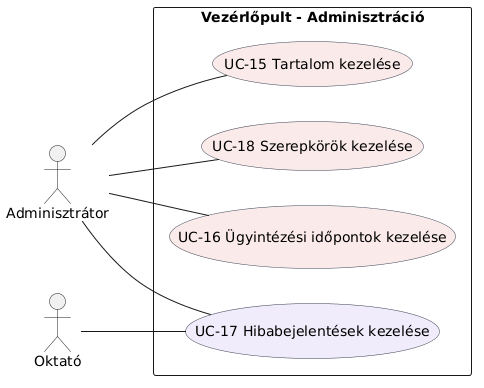
This is H3/uml/7.png from DavidGergo/SoftTech, a PlantUML export, as it was before one commit. The source it was exported from:
```plantuml
@startuml
left to right direction
skinparam actorStyle stick
skinparam usecase {
  BackgroundColor #FBEAEA
  BorderColor #374151
}

actor "Adminisztrátor" as Admin
actor "Oktató" as Oktato

rectangle "Vezérlőpult - Adminisztráció" {
  usecase "UC-15 Tartalom kezelése" as UC15
  usecase "UC-16 Ügyintézési időpontok kezelése" as UC16
  usecase "UC-17 Hibabejelentések kezelése" as UC17 #F1ECFB
  usecase "UC-18 Szerepkörök kezelése" as UC18
}

Admin -- UC15
Admin -- UC16
Admin -- UC17
Admin -- UC18
Oktato -- UC17
@enduml
```
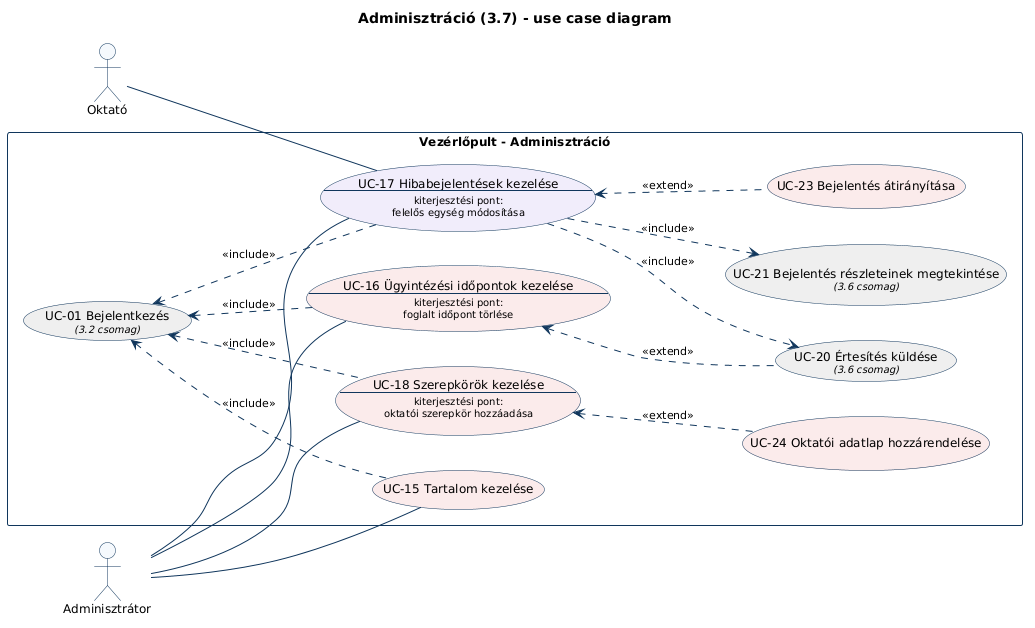
Later version of the same file.

Commit message:
H3 0.4: include és extend kapcsolatok a use case modellben

Change to the diagram source:
```diff
@@ -1,24 +1,41 @@
 @startuml
+skinparam shadowing false
+skinparam defaultFontName Arial
+skinparam defaultFontSize 12
+skinparam ActorBorderColor #10365C
+skinparam ActorBackgroundColor #F5F8FC
+skinparam UsecaseBorderColor #10365C
+skinparam ArrowColor #10365C
+skinparam RectangleBorderColor #10365C
+skinparam RectangleFontStyle bold
+skinparam ArrowFontSize 11
+title Adminisztráció (3.7) - use case diagram
 left to right direction
-skinparam actorStyle stick
-skinparam usecase {
-  BackgroundColor #FBEAEA
-  BorderColor #374151
+actor "Oktató" as A03
+actor "Adminisztrátor" as A04
+rectangle "Vezérlőpult - Adminisztráció" {
+  usecase "UC-15 Tartalom kezelése" as UC15 #FBEAEA
+  usecase "UC-16 Ügyintézési időpontok kezelése\n--\n<size:10>kiterjesztési pont:</size>\n<size:10>foglalt időpont törlése</size>" as UC16 #FBEAEA
+  usecase "UC-17 Hibabejelentések kezelése\n--\n<size:10>kiterjesztési pont:</size>\n<size:10>felelős egység módosítása</size>" as UC17 #F1ECFB
+  usecase "UC-18 Szerepkörök kezelése\n--\n<size:10>kiterjesztési pont:</size>\n<size:10>oktatói szerepkör hozzáadása</size>" as UC18 #FBEAEA
+  usecase "UC-23 Bejelentés átirányítása" as UC23 #FBEAEA
+  usecase "UC-24 Oktatói adatlap hozzárendelése" as UC24 #FBEAEA
+  usecase "UC-01 Bejelentkezés\n<size:10><i>(3.2 csomag)</i></size>" as UC01 #EEEEEE
+  usecase "UC-20 Értesítés küldése\n<size:10><i>(3.6 csomag)</i></size>" as UC20 #EEEEEE
+  usecase "UC-21 Bejelentés részleteinek megtekintése\n<size:10><i>(3.6 csomag)</i></size>" as UC21 #EEEEEE
 }
-
-actor "Adminisztrátor" as Admin
-actor "Oktató" as Oktato
-
-rectangle "Vezérlőpult - Adminisztráció" {
-  usecase "UC-15 Tartalom kezelése" as UC15
-  usecase "UC-16 Ügyintézési időpontok kezelése" as UC16
-  usecase "UC-17 Hibabejelentések kezelése" as UC17 #F1ECFB
-  usecase "UC-18 Szerepkörök kezelése" as UC18
-}
-
-Admin -- UC15
-Admin -- UC16
-Admin -- UC17
-Admin -- UC18
-Oktato -- UC17
+A03 -- UC17
+A04 -- UC15
+A04 -- UC16
+A04 -- UC17
+A04 -- UC18
+UC01 <.. UC15 : <<include>>
+UC01 <.. UC16 : <<include>>
+UC01 <.. UC17 : <<include>>
+UC01 <.. UC18 : <<include>>
+UC17 ..> UC20 : <<include>>
+UC17 ..> UC21 : <<include>>
+UC16 <.. UC20 : <<extend>>
+UC17 <.. UC23 : <<extend>>
+UC18 <.. UC24 : <<extend>>
 @enduml
```
